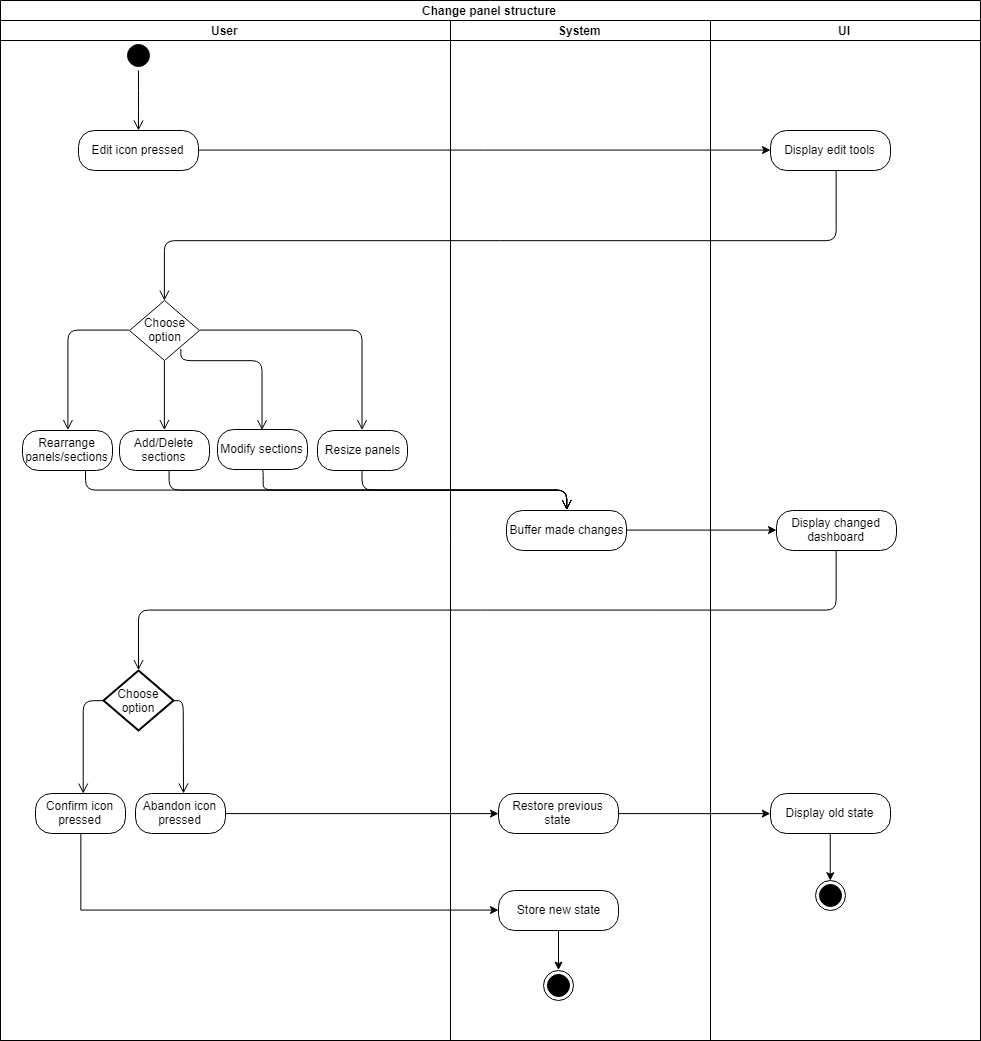
Before: docs/specifications/ucs/layout/change_panel_structure/activity_diagrams/change_panel_structure.png, a diagram exported from draw.io (raphaelmue/dashup). Source tidied: cells renumbered, new cells last; positions are measured from the earlier drawing's top-left corner, leaving out a move shared by most shapes.
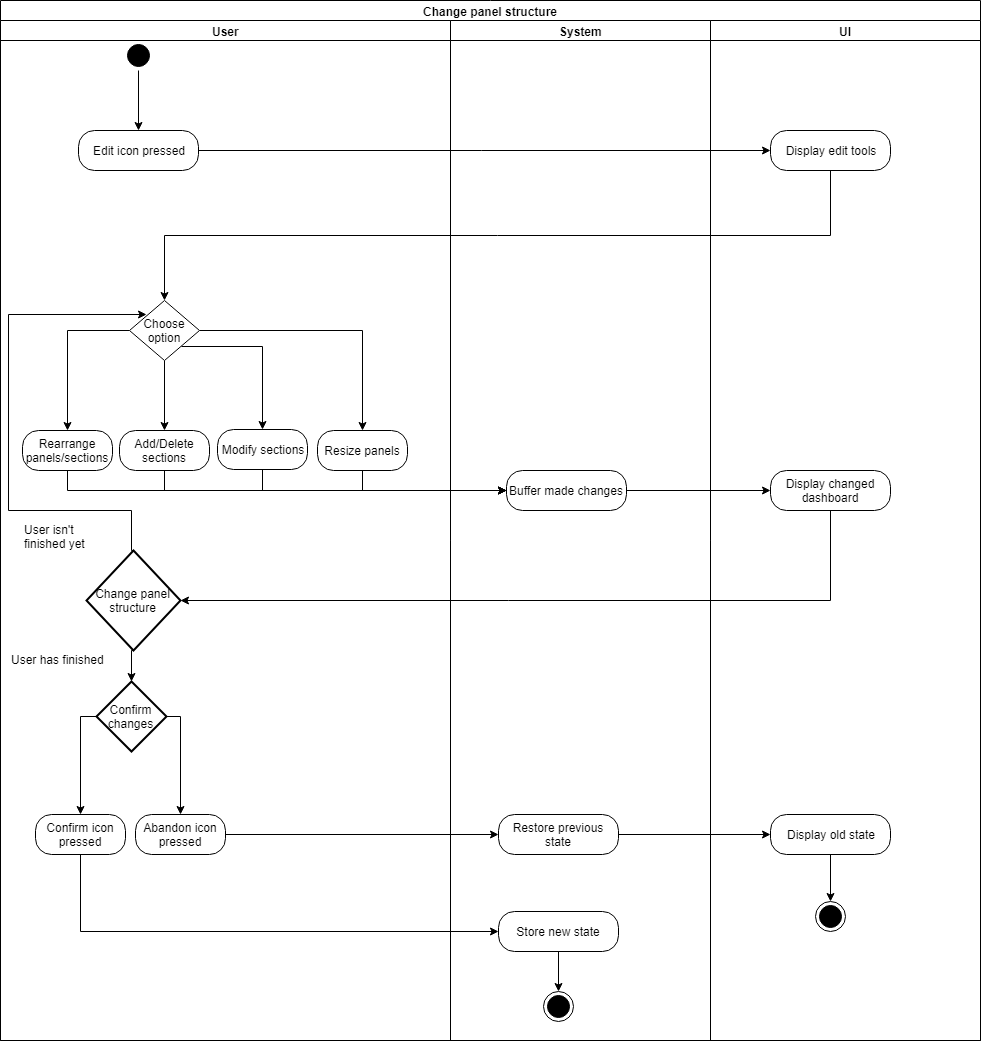
Above is the later version.

Change to the diagram source:
```diff
@@ -11,129 +11,88 @@
     <mxCell id="4" value="&lt;font style=&quot;font-size: 18px&quot;&gt;UI&lt;/font&gt;" style="text;html=1;strokeColor=none;fillColor=none;align=center;verticalAlign=middle;whiteSpace=wrap;rounded=0;" parent="1" vertex="1">
       <mxGeometry x="678" y="10" width="40" height="20" as="geometry" />
     </mxCell>
+    <mxCell id="47" style="edgeStyle=orthogonalEdgeStyle;rounded=0;jettySize=auto;html=1;exitX=0.5;exitY=1;exitDx=0;exitDy=0;" parent="1" edge="1" source="5" target="8">
+      <mxGeometry relative="1" as="geometry" />
+    </mxCell>
     <mxCell id="5" style="ellipse;html=1;shape=startState;fillColor=#000000;strokeColor=#000000;" parent="1" vertex="1">
       <mxGeometry x="123" y="40" width="30" height="30" as="geometry" />
     </mxCell>
-    <mxCell id="6" style="edgeStyle=orthogonalEdgeStyle;html=1;verticalAlign=bottom;endArrow=open;endSize=8;strokeColor=#000000;" parent="1" edge="1" source="5">
-      <mxGeometry relative="1" as="geometry">
-        <mxPoint x="138" y="130" as="targetPoint" />
-      </mxGeometry>
-    </mxCell>
-    <mxCell id="7" style="edgeStyle=orthogonalEdgeStyle;rounded=0;jettySize=auto;html=1;exitX=1;exitY=0.5;exitDx=0;exitDy=0;strokeColor=#000000;" parent="1" edge="1" source="8" target="42">
+    <mxCell id="7" style="edgeStyle=orthogonalEdgeStyle;rounded=0;jettySize=auto;html=1;exitX=1;exitY=0.5;exitDx=0;exitDy=0;" parent="1" edge="1" source="8" target="42">
       <mxGeometry relative="1" as="geometry" />
     </mxCell>
     <mxCell id="8" value="Edit icon pressed" style="rounded=1;whiteSpace=wrap;html=1;arcSize=40;fontColor=#000000;fillColor=#FFFFFF;strokeColor=#000000;" parent="1" vertex="1">
       <mxGeometry x="78" y="130" width="120" height="40" as="geometry" />
     </mxCell>
-    <mxCell id="9" style="edgeStyle=orthogonalEdgeStyle;html=1;verticalAlign=bottom;endArrow=open;endSize=8;strokeColor=#000000;exitX=0;exitY=0.5;exitPerimeter=0;entryX=0.5;entryY=0;" parent="1" edge="1" source="25" target="10">
-      <mxGeometry relative="1" as="geometry">
-        <Array as="points">
-          <mxPoint x="67" y="330" />
-        </Array>
-      </mxGeometry>
-    </mxCell>
+    <mxCell id="11" style="edgeStyle=orthogonalEdgeStyle;rounded=0;jettySize=auto;html=1;exitX=0.5;exitY=1;exitDx=0;exitDy=0;entryX=0;entryY=0.5;entryDx=0;entryDy=0;" parent="1" edge="1" source="10" target="15">
+      <mxGeometry relative="1" as="geometry" />
+    </mxCell>
     <mxCell id="10" value="Rearrange panels/sections" style="rounded=1;whiteSpace=wrap;html=1;arcSize=40;fontColor=#000000;fillColor=#FFFFFF;strokeColor=#000000;" parent="1" vertex="1">
       <mxGeometry x="22" y="430" width="90" height="40" as="geometry" />
     </mxCell>
-    <mxCell id="11" style="edgeStyle=orthogonalEdgeStyle;html=1;verticalAlign=bottom;endArrow=open;endSize=8;strokeColor=#000000;entryX=0.5;entryY=0;" parent="1" edge="1" source="10" target="15">
-      <mxGeometry relative="1" as="geometry">
-        <Array as="points">
-          <mxPoint x="85" y="490" />
-          <mxPoint x="566" y="490" />
-        </Array>
-      </mxGeometry>
-    </mxCell>
+    <mxCell id="13" style="edgeStyle=orthogonalEdgeStyle;rounded=0;jettySize=auto;html=1;exitX=0.5;exitY=1;exitDx=0;exitDy=0;entryX=0;entryY=0.5;entryDx=0;entryDy=0;" parent="1" edge="1" source="12" target="15">
+      <mxGeometry relative="1" as="geometry" />
+    </mxCell>
     <mxCell id="12" value="Add/Delete sections" style="rounded=1;whiteSpace=wrap;html=1;arcSize=40;fontColor=#000000;fillColor=#FFFFFF;strokeColor=#000000;" parent="1" vertex="1">
       <mxGeometry x="119" y="430" width="90" height="40" as="geometry" />
     </mxCell>
-    <mxCell id="13" style="edgeStyle=orthogonalEdgeStyle;html=1;verticalAlign=bottom;endArrow=open;endSize=8;strokeColor=#000000;entryX=0.5;entryY=0;" parent="1" edge="1" source="12" target="15">
-      <mxGeometry relative="1" as="geometry">
-        <Array as="points">
-          <mxPoint x="169" y="490" />
-          <mxPoint x="566" y="490" />
-        </Array>
-      </mxGeometry>
-    </mxCell>
     <mxCell id="14" style="edgeStyle=orthogonalEdgeStyle;rounded=0;jettySize=auto;html=1;exitX=1;exitY=0.5;exitDx=0;exitDy=0;strokeColor=#000000;" parent="1" edge="1" source="15" target="43">
       <mxGeometry relative="1" as="geometry" />
     </mxCell>
     <mxCell id="15" value="Buffer made changes" style="rounded=1;whiteSpace=wrap;html=1;arcSize=40;fontColor=#000000;fillColor=#FFFFFF;strokeColor=#000000;" parent="1" vertex="1">
-      <mxGeometry x="506" y="510" width="120" height="40" as="geometry" />
+      <mxGeometry x="506" y="470" width="120" height="40" as="geometry" />
     </mxCell>
-    <mxCell id="16" style="edgeStyle=orthogonalEdgeStyle;html=1;verticalAlign=bottom;endArrow=open;endSize=8;strokeColor=#000000;entryX=0.5;entryY=0;entryPerimeter=0;" parent="1" edge="1" source="43" target="29">
-      <mxGeometry relative="1" as="geometry">
-        <Array as="points">
-          <mxPoint x="836" y="610" />
-          <mxPoint x="138" y="610" />
-        </Array>
-      </mxGeometry>
-    </mxCell>
-    <mxCell id="17" style="edgeStyle=orthogonalEdgeStyle;html=1;verticalAlign=bottom;endArrow=open;endSize=8;strokeColor=#000000;exitX=0;exitY=0.5;exitPerimeter=0;" parent="1" edge="1" source="29">
-      <mxGeometry relative="1" as="geometry">
-        <mxPoint x="83" y="793" as="targetPoint" />
-        <Array as="points">
-          <mxPoint x="83" y="700" />
-        </Array>
-      </mxGeometry>
-    </mxCell>
-    <mxCell id="18" style="edgeStyle=orthogonalEdgeStyle;html=1;verticalAlign=bottom;endArrow=open;endSize=8;strokeColor=#000000;exitX=1;exitY=0.5;exitPerimeter=0;" parent="1" edge="1" source="29">
-      <mxGeometry relative="1" as="geometry">
-        <mxPoint x="183" y="793" as="targetPoint" />
-      </mxGeometry>
-    </mxCell>
-    <mxCell id="19" style="edgeStyle=orthogonalEdgeStyle;rounded=0;jettySize=auto;html=1;exitX=0.5;exitY=1;exitDx=0;exitDy=0;entryX=0;entryY=0.5;entryDx=0;entryDy=0;strokeColor=#000000;" parent="1" edge="1" source="20" target="36">
-      <mxGeometry relative="1" as="geometry" />
+    <mxCell id="19" style="edgeStyle=orthogonalEdgeStyle;rounded=0;jettySize=auto;html=1;entryX=0;entryY=0.5;entryDx=0;entryDy=0;strokeColor=#000000;" parent="1" edge="1" target="36">
+      <mxGeometry relative="1" as="geometry">
+        <mxPoint x="80" y="854" as="sourcePoint" />
+        <Array as="points">
+          <mxPoint x="80" y="931" />
+        </Array>
+      </mxGeometry>
     </mxCell>
     <mxCell id="20" value="Confirm icon pressed" style="rounded=1;whiteSpace=wrap;html=1;arcSize=40;fontColor=#000000;fillColor=#FFFFFF;strokeColor=#000000;" parent="1" vertex="1">
-      <mxGeometry x="35" y="793" width="90" height="40" as="geometry" />
+      <mxGeometry x="35" y="814" width="90" height="40" as="geometry" />
     </mxCell>
     <mxCell id="21" style="edgeStyle=orthogonalEdgeStyle;rounded=0;jettySize=auto;html=1;exitX=1;exitY=0.5;exitDx=0;exitDy=0;strokeColor=#000000;" parent="1" edge="1" source="22" target="35">
       <mxGeometry relative="1" as="geometry" />
     </mxCell>
     <mxCell id="22" value="Abandon icon pressed" style="rounded=1;whiteSpace=wrap;html=1;arcSize=40;fontColor=#000000;fillColor=#FFFFFF;strokeColor=#000000;" parent="1" vertex="1">
-      <mxGeometry x="135" y="793" width="90" height="40" as="geometry" />
+      <mxGeometry x="135" y="814" width="90" height="40" as="geometry" />
     </mxCell>
+    <mxCell id="48" style="edgeStyle=orthogonalEdgeStyle;rounded=0;jettySize=auto;html=1;exitX=0.5;exitY=1;exitDx=0;exitDy=0;entryX=0;entryY=0.5;entryDx=0;entryDy=0;" parent="1" edge="1" source="23" target="15">
+      <mxGeometry relative="1" as="geometry" />
+    </mxCell>
     <mxCell id="23" value="Modify sections" style="rounded=1;whiteSpace=wrap;html=1;arcSize=40;fontColor=#000000;fillColor=#FFFFFF;strokeColor=#000000;" parent="1" vertex="1">
       <mxGeometry x="217" y="429" width="90" height="40" as="geometry" />
     </mxCell>
-    <mxCell id="24" style="edgeStyle=orthogonalEdgeStyle;html=1;verticalAlign=bottom;endArrow=open;endSize=8;strokeColor=#000000;exitX=0.546;exitY=0.6;exitPerimeter=0;entryX=0.5;entryY=0;" parent="1" edge="1" target="15">
-      <mxGeometry relative="1" as="geometry">
-        <mxPoint x="261.5" y="470" as="sourcePoint" />
-        <Array as="points">
-          <mxPoint x="263" y="470" />
-          <mxPoint x="263" y="490" />
-          <mxPoint x="566" y="490" />
-        </Array>
-      </mxGeometry>
-    </mxCell>
+    <mxCell id="9" style="edgeStyle=orthogonalEdgeStyle;rounded=0;jettySize=auto;html=1;exitX=0;exitY=0.5;exitDx=0;exitDy=0;exitPerimeter=0;" parent="1" edge="1" source="25" target="10">
+      <mxGeometry relative="1" as="geometry" />
+    </mxCell>
+    <mxCell id="28" style="edgeStyle=orthogonalEdgeStyle;rounded=0;jettySize=auto;html=1;exitX=0.5;exitY=1;exitDx=0;exitDy=0;exitPerimeter=0;entryX=0.5;entryY=0;entryDx=0;entryDy=0;" parent="1" edge="1" source="25" target="12">
+      <mxGeometry relative="1" as="geometry" />
+    </mxCell>
+    <mxCell id="45" style="edgeStyle=orthogonalEdgeStyle;rounded=0;jettySize=auto;html=1;exitX=1;exitY=0.5;exitDx=0;exitDy=0;exitPerimeter=0;entryX=0.5;entryY=0;entryDx=0;entryDy=0;" parent="1" edge="1" source="25" target="32">
+      <mxGeometry relative="1" as="geometry" />
+    </mxCell>
     <mxCell id="25" value="Choose&lt;br&gt;option&lt;br&gt;" style="strokeWidth=1;html=1;shape=mxgraph.flowchart.decision;whiteSpace=wrap;fillColor=#FFFFFF;strokeColor=#000000;" parent="1" vertex="1">
       <mxGeometry x="129" y="300" width="70" height="60" as="geometry" />
     </mxCell>
-    <mxCell id="26" style="edgeStyle=orthogonalEdgeStyle;html=1;verticalAlign=bottom;endArrow=open;endSize=8;strokeColor=#000000;entryX=0.5;entryY=0;entryPerimeter=0;" parent="1" edge="1" source="42" target="25">
-      <mxGeometry relative="1" as="geometry">
-        <Array as="points">
-          <mxPoint x="836" y="240" />
-          <mxPoint x="164" y="240" />
-        </Array>
-      </mxGeometry>
-    </mxCell>
-    <mxCell id="27" style="edgeStyle=orthogonalEdgeStyle;html=1;verticalAlign=bottom;endArrow=open;endSize=8;strokeColor=#000000;entryX=0.5;entryY=0;exitX=0.734;exitY=0.81;exitPerimeter=0;" parent="1" edge="1" source="25" target="23">
-      <mxGeometry relative="1" as="geometry">
-        <Array as="points">
-          <mxPoint x="180" y="360" />
-          <mxPoint x="262" y="360" />
-        </Array>
-      </mxGeometry>
-    </mxCell>
-    <mxCell id="28" style="edgeStyle=orthogonalEdgeStyle;html=1;verticalAlign=bottom;endArrow=open;endSize=8;strokeColor=#000000;exitX=0.5;exitY=1;exitPerimeter=0;entryX=0.5;entryY=0;" parent="1" edge="1" source="25" target="12">
-      <mxGeometry relative="1" as="geometry">
-        <Array as="points">
-          <mxPoint x="164" y="360" />
-        </Array>
-      </mxGeometry>
-    </mxCell>
+    <mxCell id="49" style="edgeStyle=orthogonalEdgeStyle;rounded=0;jettySize=auto;html=1;exitX=0;exitY=0.5;exitDx=0;exitDy=0;exitPerimeter=0;entryX=0.5;entryY=0;entryDx=0;entryDy=0;" parent="1" edge="1" source="29">
+      <mxGeometry relative="1" as="geometry">
+        <mxPoint x="80" y="814" as="targetPoint" />
+        <Array as="points">
+          <mxPoint x="80" y="716" />
+        </Array>
+      </mxGeometry>
+    </mxCell>
+    <mxCell id="50" style="edgeStyle=orthogonalEdgeStyle;rounded=0;jettySize=auto;html=1;exitX=1;exitY=0.5;exitDx=0;exitDy=0;exitPerimeter=0;entryX=0.5;entryY=0;entryDx=0;entryDy=0;" parent="1" edge="1" source="29" target="22">
+      <mxGeometry relative="1" as="geometry">
+        <Array as="points">
+          <mxPoint x="180" y="716" />
+        </Array>
+      </mxGeometry>
+    </mxCell>
-    <mxCell id="29" value="Choose&lt;br&gt;option&lt;br&gt;" style="strokeWidth=2;html=1;shape=mxgraph.flowchart.decision;whiteSpace=wrap;fillColor=#FFFFFF;strokeColor=#000000;" parent="1" vertex="1">
-      <mxGeometry x="103" y="670" width="70" height="60" as="geometry" />
+    <mxCell id="29" value="Confirm changes&lt;br&gt;" style="strokeWidth=2;html=1;shape=mxgraph.flowchart.decision;whiteSpace=wrap;fillColor=#FFFFFF;strokeColor=#000000;" parent="1" vertex="1">
+      <mxGeometry x="96" y="681" width="70" height="70" as="geometry" />
     </mxCell>
     <mxCell id="30" value="Change panel structure" style="swimlane;html=1;startSize=20;" parent="1" vertex="1">
       <mxGeometry width="980" height="1040" as="geometry" />
@@ -144,17 +103,26 @@
     <mxCell id="32" value="Resize panels" style="rounded=1;whiteSpace=wrap;html=1;arcSize=40;fontColor=#000000;fillColor=#FFFFFF;strokeColor=#000000;" parent="31" vertex="1">
       <mxGeometry x="317" y="410" width="90" height="40" as="geometry" />
     </mxCell>
+    <mxCell id="51" value="Change panel structure&lt;br&gt;" style="strokeWidth=2;html=1;shape=mxgraph.flowchart.decision;whiteSpace=wrap;fillColor=#FFFFFF;strokeColor=#000000;" parent="31" vertex="1">
+      <mxGeometry x="86" y="530" width="94" height="100" as="geometry" />
+    </mxCell>
+    <mxCell id="52" value="User isn't &lt;br&gt;finished yet" style="text;html=1;align=left;verticalAlign=top;spacingTop=-4;" parent="31" vertex="1">
+      <mxGeometry x="22" y="500" width="80" height="30" as="geometry" />
+    </mxCell>
+    <mxCell id="53" value="User has finished" style="text;html=1;align=left;verticalAlign=top;spacingTop=-4;" parent="31" vertex="1">
+      <mxGeometry x="9" y="630" width="110" height="20" as="geometry" />
+    </mxCell>
     <mxCell id="33" value="System" style="swimlane;html=1;startSize=20;" parent="30" vertex="1">
       <mxGeometry x="450" y="20" width="260" height="1020" as="geometry" />
     </mxCell>
     <mxCell id="34" style="ellipse;html=1;shape=endState;fillColor=#000000;strokeColor=#000000;" parent="33" vertex="1">
-      <mxGeometry x="93" y="950" width="30" height="30" as="geometry" />
+      <mxGeometry x="93" y="971" width="30" height="30" as="geometry" />
     </mxCell>
     <mxCell id="35" value="Restore previous state" style="rounded=1;whiteSpace=wrap;html=1;arcSize=40;fontColor=#000000;fillColor=#FFFFFF;strokeColor=#000000;" parent="33" vertex="1">
-      <mxGeometry x="48" y="773" width="120" height="40" as="geometry" />
+      <mxGeometry x="48" y="794" width="120" height="40" as="geometry" />
     </mxCell>
     <mxCell id="36" value="Store new state" style="rounded=1;whiteSpace=wrap;html=1;arcSize=40;fontColor=#000000;fillColor=#FFFFFF;strokeColor=#000000;" parent="33" vertex="1">
-      <mxGeometry x="48" y="870" width="120" height="40" as="geometry" />
+      <mxGeometry x="48" y="891" width="120" height="40" as="geometry" />
     </mxCell>
     <mxCell id="37" style="edgeStyle=orthogonalEdgeStyle;rounded=0;jettySize=auto;html=1;exitX=0.5;exitY=1;exitDx=0;exitDy=0;entryX=0.5;entryY=0;entryDx=0;entryDy=0;strokeColor=#000000;" parent="33" edge="1" source="36" target="34">
       <mxGeometry relative="1" as="geometry" />
@@ -166,34 +134,43 @@
       <mxGeometry relative="1" as="geometry" />
     </mxCell>
     <mxCell id="40" value="Display old state" style="rounded=1;whiteSpace=wrap;html=1;arcSize=40;fontColor=#000000;fillColor=#FFFFFF;strokeColor=#000000;" parent="38" vertex="1">
-      <mxGeometry x="60" y="773" width="120" height="40" as="geometry" />
+      <mxGeometry x="60" y="794" width="120" height="40" as="geometry" />
     </mxCell>
     <mxCell id="41" style="ellipse;html=1;shape=endState;fillColor=#000000;strokeColor=#000000;" parent="38" vertex="1">
-      <mxGeometry x="105" y="860" width="30" height="30" as="geometry" />
+      <mxGeometry x="105" y="881" width="30" height="30" as="geometry" />
     </mxCell>
     <mxCell id="42" value="Display edit tools" style="rounded=1;whiteSpace=wrap;html=1;arcSize=40;fontColor=#000000;fillColor=#FFFFFF;strokeColor=#000000;" parent="38" vertex="1">
       <mxGeometry x="60" y="110" width="120" height="40" as="geometry" />
     </mxCell>
     <mxCell id="43" value="Display changed dashboard" style="rounded=1;whiteSpace=wrap;html=1;arcSize=40;fontColor=#000000;fillColor=#FFFFFF;strokeColor=#000000;" parent="38" vertex="1">
-      <mxGeometry x="66" y="490" width="120" height="40" as="geometry" />
+      <mxGeometry x="60" y="450" width="120" height="40" as="geometry" />
     </mxCell>
     <mxCell id="44" style="edgeStyle=orthogonalEdgeStyle;rounded=0;jettySize=auto;html=1;exitX=1;exitY=0.5;exitDx=0;exitDy=0;entryX=0;entryY=0.5;entryDx=0;entryDy=0;strokeColor=#000000;" parent="30" edge="1" source="35" target="40">
       <mxGeometry relative="1" as="geometry" />
     </mxCell>
-    <mxCell id="45" style="edgeStyle=orthogonalEdgeStyle;html=1;verticalAlign=bottom;endArrow=open;endSize=8;strokeColor=#000000;entryX=0.5;entryY=0;exitX=1;exitY=0.5;exitPerimeter=0;" parent="1" edge="1" source="25" target="32">
-      <mxGeometry relative="1" as="geometry">
-        <Array as="points">
-          <mxPoint x="362" y="330" />
-        </Array>
-      </mxGeometry>
-    </mxCell>
+    <mxCell id="54" style="edgeStyle=orthogonalEdgeStyle;rounded=0;jettySize=auto;html=1;exitX=0.5;exitY=1;exitDx=0;exitDy=0;entryX=1;entryY=0.5;entryDx=0;entryDy=0;entryPerimeter=0;" parent="30" edge="1" source="43" target="51">
+      <mxGeometry relative="1" as="geometry" />
+    </mxCell>
+    <mxCell id="26" style="edgeStyle=orthogonalEdgeStyle;rounded=0;jettySize=auto;html=1;exitX=0.5;exitY=1;exitDx=0;exitDy=0;entryX=0.5;entryY=0;entryDx=0;entryDy=0;entryPerimeter=0;" parent="1" edge="1" source="42" target="25">
+      <mxGeometry relative="1" as="geometry" />
+    </mxCell>
+    <mxCell id="27" style="edgeStyle=orthogonalEdgeStyle;rounded=0;jettySize=auto;html=1;exitX=0.741;exitY=0.761;exitDx=0;exitDy=0;exitPerimeter=0;" parent="1" edge="1" source="25" target="23">
+      <mxGeometry relative="1" as="geometry" />
+    </mxCell>
+    <mxCell id="55" style="edgeStyle=orthogonalEdgeStyle;rounded=0;jettySize=auto;html=1;exitX=0.5;exitY=1;exitDx=0;exitDy=0;exitPerimeter=0;entryX=0.5;entryY=0;entryDx=0;entryDy=0;entryPerimeter=0;" parent="1" edge="1" source="51" target="29">
+      <mxGeometry relative="1" as="geometry" />
+    </mxCell>
+    <mxCell id="56" style="edgeStyle=orthogonalEdgeStyle;rounded=0;jettySize=auto;html=1;exitX=0.5;exitY=0;exitDx=0;exitDy=0;exitPerimeter=0;entryX=0.243;entryY=0.233;entryDx=0;entryDy=0;entryPerimeter=0;" parent="1" edge="1" source="51" target="25">
+      <mxGeometry relative="1" as="geometry">
+        <Array as="points">
+          <mxPoint x="131" y="510" />
+          <mxPoint x="8" y="510" />
+          <mxPoint x="8" y="314" />
+        </Array>
+      </mxGeometry>
+    </mxCell>
-    <mxCell id="46" style="edgeStyle=orthogonalEdgeStyle;html=1;verticalAlign=bottom;endArrow=open;endSize=8;strokeColor=#000000;exitX=0.5;exitY=1;entryX=0.5;entryY=0;" parent="1" edge="1" source="32" target="15">
-      <mxGeometry relative="1" as="geometry">
-        <Array as="points">
-          <mxPoint x="362" y="490" />
-          <mxPoint x="566" y="490" />
-        </Array>
-      </mxGeometry>
+    <mxCell id="46" style="edgeStyle=orthogonalEdgeStyle;rounded=0;jettySize=auto;html=1;exitX=0.5;exitY=1;exitDx=0;exitDy=0;entryX=0;entryY=0.5;entryDx=0;entryDy=0;" parent="1" edge="1" source="32" target="15">
+      <mxGeometry relative="1" as="geometry" />
     </mxCell>
   </root>
 </mxGraphModel>
```
